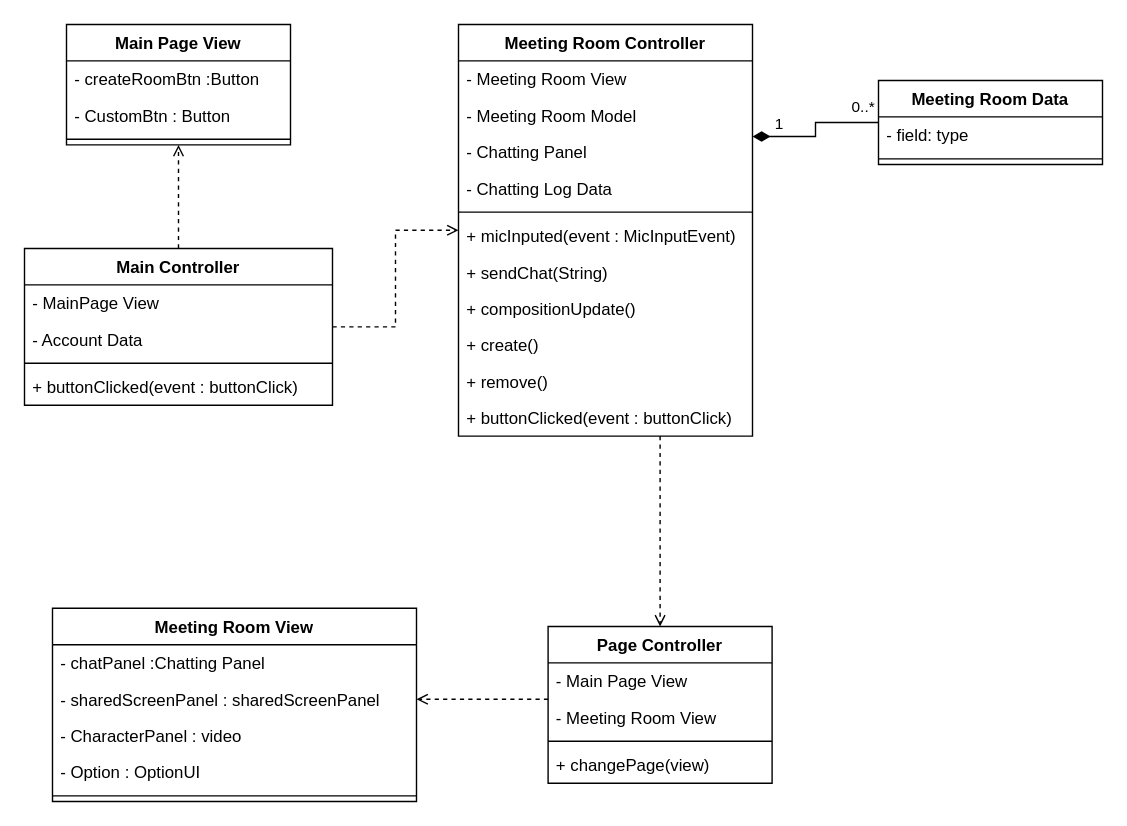
The draw.io diagram CD1.drawio in ONFFLine/Diagram, before the edit. Source tidied: cells renumbered, new cells numbered last; positions are measured from the earlier drawing's top-left corner, leaving out a move shared by most shapes. Both pictures are drawn from the tidied source at 140%, with x=0, y=0 at pixel (24, 24).
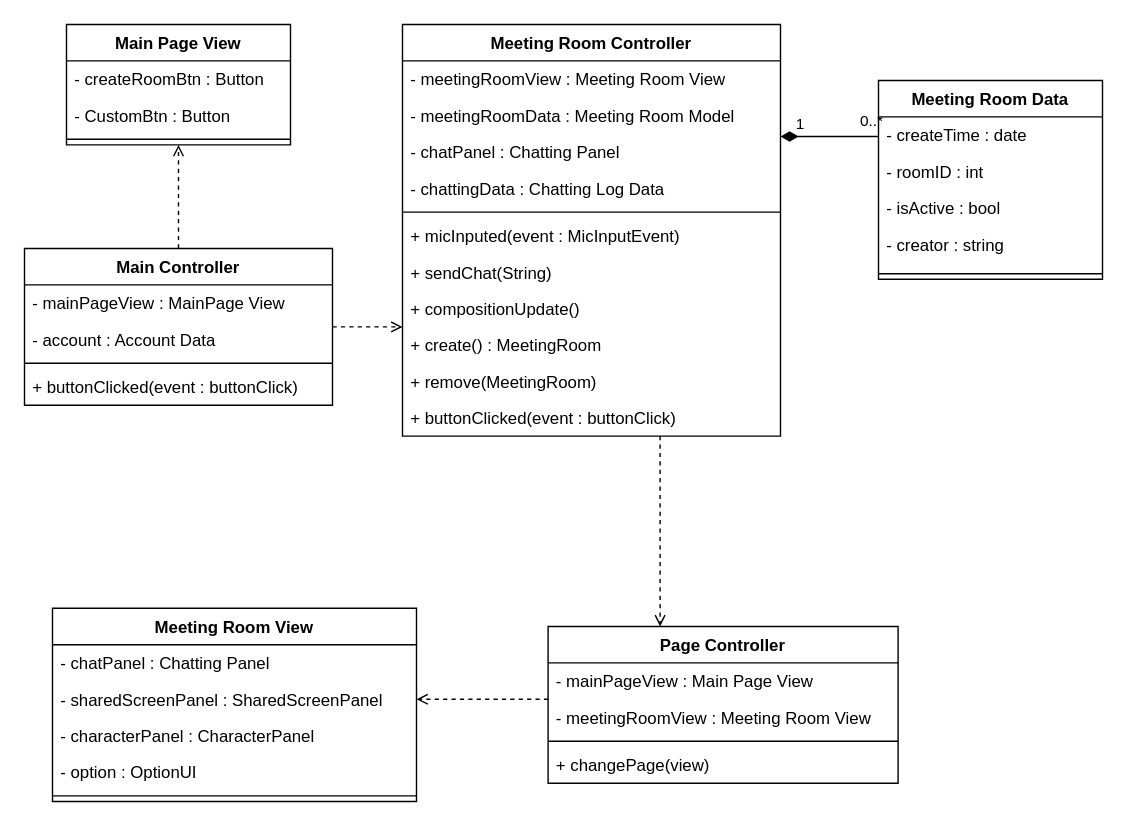
After the change.

The change refers to these unchanged cells:
```xml
<mxCell id="17" value="Main Controller" style="swimlane;fontStyle=1;align=center;verticalAlign=top;horizontal=1;startSize=26;" parent="1" vertex="1">
  <mxGeometry y="160" width="220" height="112" as="geometry" />
</mxCell>
<mxCell id="22" value="Main Page View" style="swimlane;fontStyle=1;align=center;verticalAlign=top;horizontal=1;startSize=26;" parent="1" vertex="1">
  <mxGeometry x="30" width="160" height="86" as="geometry" />
</mxCell>
<mxCell id="26" value="Meeting Room View" style="swimlane;fontStyle=1;align=center;verticalAlign=top;horizontal=1;startSize=26;" parent="1" vertex="1">
  <mxGeometry x="20" y="417" width="260" height="138" as="geometry" />
</mxCell>
```

Diff of the diagram source:
```diff
@@
     <mxCell id="3" value="Meeting Room Controller" style="swimlane;fontStyle=1;align=center;verticalAlign=top;horizontal=1;startSize=26;" parent="1" vertex="1">
-      <mxGeometry x="310" width="210" height="294" as="geometry" />
+      <mxGeometry x="270" width="270" height="294" as="geometry" />
     </mxCell>
-    <mxCell id="4" value="- Meeting Room View" style="text;strokeColor=none;fillColor=none;align=left;verticalAlign=top;spacingLeft=4;spacingRight=4;overflow=hidden;" parent="3" vertex="1">
-      <mxGeometry y="26" width="210" height="26" as="geometry" />
+    <mxCell id="4" value="- meetingRoomView : Meeting Room View" style="text;strokeColor=none;fillColor=none;align=left;verticalAlign=top;spacingLeft=4;spacingRight=4;overflow=hidden;" parent="3" vertex="1">
+      <mxGeometry y="26" width="270" height="26" as="geometry" />
     </mxCell>
-    <mxCell id="5" value="- Meeting Room Model" style="text;strokeColor=none;fillColor=none;align=left;verticalAlign=top;spacingLeft=4;spacingRight=4;overflow=hidden;" parent="3" vertex="1">
-      <mxGeometry y="52" width="210" height="26" as="geometry" />
+    <mxCell id="5" value="- meetingRoomData : Meeting Room Model" style="text;strokeColor=none;fillColor=none;align=left;verticalAlign=top;spacingLeft=4;spacingRight=4;overflow=hidden;" parent="3" vertex="1">
+      <mxGeometry y="52" width="270" height="26" as="geometry" />
     </mxCell>
-    <mxCell id="6" value="- Chatting Panel" style="text;strokeColor=none;fillColor=none;align=left;verticalAlign=top;spacingLeft=4;spacingRight=4;overflow=hidden;" parent="3" vertex="1">
-      <mxGeometry y="78" width="210" height="26" as="geometry" />
+    <mxCell id="6" value="- chatPanel : Chatting Panel" style="text;strokeColor=none;fillColor=none;align=left;verticalAlign=top;spacingLeft=4;spacingRight=4;overflow=hidden;" parent="3" vertex="1">
+      <mxGeometry y="78" width="270" height="26" as="geometry" />
     </mxCell>
-    <mxCell id="7" value="- Chatting Log Data" style="text;strokeColor=none;fillColor=none;align=left;verticalAlign=top;spacingLeft=4;spacingRight=4;overflow=hidden;" parent="3" vertex="1">
-      <mxGeometry y="104" width="210" height="26" as="geometry" />
+    <mxCell id="7" value="- chattingData : Chatting Log Data" style="text;strokeColor=none;fillColor=none;align=left;verticalAlign=top;spacingLeft=4;spacingRight=4;overflow=hidden;" parent="3" vertex="1">
+      <mxGeometry y="104" width="270" height="26" as="geometry" />
     </mxCell>
     <mxCell id="8" style="line;strokeWidth=1;fillColor=none;align=left;verticalAlign=middle;spacingTop=-1;spacingLeft=3;spacingRight=3;labelPosition=right;" parent="3" vertex="1">
-      <mxGeometry y="130" width="210" height="8" as="geometry" />
+      <mxGeometry y="130" width="270" height="8" as="geometry" />
     </mxCell>
     <mxCell id="9" value="+ micInputed(event : MicInputEvent)" style="text;strokeColor=none;fillColor=none;align=left;verticalAlign=top;spacingLeft=4;spacingRight=4;overflow=hidden;" parent="3" vertex="1">
-      <mxGeometry y="138" width="210" height="26" as="geometry" />
+      <mxGeometry y="138" width="270" height="26" as="geometry" />
     </mxCell>
     <mxCell id="10" value="+ sendChat(String)" style="text;strokeColor=none;fillColor=none;align=left;verticalAlign=top;spacingLeft=4;spacingRight=4;overflow=hidden;" parent="3" vertex="1">
-      <mxGeometry y="164" width="210" height="26" as="geometry" />
+      <mxGeometry y="164" width="270" height="26" as="geometry" />
     </mxCell>
     <mxCell id="11" value="+ compositionUpdate()" style="text;strokeColor=none;fillColor=none;align=left;verticalAlign=top;spacingLeft=4;spacingRight=4;overflow=hidden;" parent="3" vertex="1">
-      <mxGeometry y="190" width="210" height="26" as="geometry" />
+      <mxGeometry y="190" width="270" height="26" as="geometry" />
     </mxCell>
-    <mxCell id="12" value="+ create()" style="text;strokeColor=none;fillColor=none;align=left;verticalAlign=top;spacingLeft=4;spacingRight=4;overflow=hidden;" parent="3" vertex="1">
-      <mxGeometry y="216" width="210" height="26" as="geometry" />
+    <mxCell id="12" value="+ create() : MeetingRoom" style="text;strokeColor=none;fillColor=none;align=left;verticalAlign=top;spacingLeft=4;spacingRight=4;overflow=hidden;" parent="3" vertex="1">
+      <mxGeometry y="216" width="270" height="26" as="geometry" />
     </mxCell>
-    <mxCell id="13" value="+ remove()" style="text;strokeColor=none;fillColor=none;align=left;verticalAlign=top;spacingLeft=4;spacingRight=4;overflow=hidden;" parent="3" vertex="1">
-      <mxGeometry y="242" width="210" height="26" as="geometry" />
+    <mxCell id="13" value="+ remove(MeetingRoom)" style="text;strokeColor=none;fillColor=none;align=left;verticalAlign=top;spacingLeft=4;spacingRight=4;overflow=hidden;" parent="3" vertex="1">
+      <mxGeometry y="242" width="270" height="26" as="geometry" />
     </mxCell>
     <mxCell id="14" value="+ buttonClicked(event : buttonClick)" style="text;strokeColor=none;fillColor=none;align=left;verticalAlign=top;spacingLeft=4;spacingRight=4;overflow=hidden;" parent="3" vertex="1">
-      <mxGeometry y="268" width="210" height="26" as="geometry" />
+      <mxGeometry y="268" width="270" height="26" as="geometry" />
     </mxCell>
     <mxCell id="15" style="edgeStyle=orthogonalEdgeStyle;rounded=0;jettySize=auto;html=1;dashed=1;endArrow=open;endFill=0;" parent="1" edge="1" source="17" target="3">
-      <mxGeometry relative="1" as="geometry" />
+      <mxGeometry relative="1" as="geometry">
+        <Array as="points">
+          <mxPoint x="240" y="216" />
+          <mxPoint x="240" y="216" />
+        </Array>
+      </mxGeometry>
     </mxCell>
@@
-    <mxCell id="18" value="- MainPage View" style="text;strokeColor=none;fillColor=none;align=left;verticalAlign=top;spacingLeft=4;spacingRight=4;overflow=hidden;" parent="17" vertex="1">
+    <mxCell id="18" value="- mainPageView : MainPage View" style="text;strokeColor=none;fillColor=none;align=left;verticalAlign=top;spacingLeft=4;spacingRight=4;overflow=hidden;" parent="17" vertex="1">
       <mxGeometry y="26" width="220" height="26" as="geometry" />
     </mxCell>
-    <mxCell id="19" value="- Account Data" style="text;strokeColor=none;fillColor=none;align=left;verticalAlign=top;spacingLeft=4;spacingRight=4;overflow=hidden;" parent="17" vertex="1">
+    <mxCell id="19" value="- account : Account Data" style="text;strokeColor=none;fillColor=none;align=left;verticalAlign=top;spacingLeft=4;spacingRight=4;overflow=hidden;" parent="17" vertex="1">
       <mxGeometry y="52" width="220" height="26" as="geometry" />
     </mxCell>
@@
-    <mxCell id="23" value="- createRoomBtn :Button" style="text;strokeColor=none;fillColor=none;align=left;verticalAlign=top;spacingLeft=4;spacingRight=4;overflow=hidden;" parent="22" vertex="1">
+    <mxCell id="23" value="- createRoomBtn : Button" style="text;strokeColor=none;fillColor=none;align=left;verticalAlign=top;spacingLeft=4;spacingRight=4;overflow=hidden;" parent="22" vertex="1">
       <mxGeometry y="26" width="160" height="26" as="geometry" />
     </mxCell>
@@
-    <mxCell id="27" value="- chatPanel :Chatting Panel" style="text;strokeColor=none;fillColor=none;align=left;verticalAlign=top;spacingLeft=4;spacingRight=4;overflow=hidden;" parent="26" vertex="1">
+    <mxCell id="27" value="- chatPanel : Chatting Panel" style="text;strokeColor=none;fillColor=none;align=left;verticalAlign=top;spacingLeft=4;spacingRight=4;overflow=hidden;" parent="26" vertex="1">
       <mxGeometry y="26" width="260" height="26" as="geometry" />
     </mxCell>
-    <mxCell id="28" value="- sharedScreenPanel : sharedScreenPanel" style="text;strokeColor=none;fillColor=none;align=left;verticalAlign=top;spacingLeft=4;spacingRight=4;overflow=hidden;points=[[0,0.5],[1,0.5]];portConstraint=eastwest;" parent="26" vertex="1">
+    <mxCell id="28" value="- sharedScreenPanel : SharedScreenPanel" style="text;strokeColor=none;fillColor=none;align=left;verticalAlign=top;spacingLeft=4;spacingRight=4;overflow=hidden;points=[[0,0.5],[1,0.5]];portConstraint=eastwest;" parent="26" vertex="1">
       <mxGeometry y="52" width="260" height="26" as="geometry" />
     </mxCell>
-    <mxCell id="29" value="- CharacterPanel : video" style="text;strokeColor=none;fillColor=none;align=left;verticalAlign=top;spacingLeft=4;spacingRight=4;overflow=hidden;" parent="26" vertex="1">
+    <mxCell id="29" value="- characterPanel : CharacterPanel" style="text;strokeColor=none;fillColor=none;align=left;verticalAlign=top;spacingLeft=4;spacingRight=4;overflow=hidden;" parent="26" vertex="1">
       <mxGeometry y="78" width="260" height="26" as="geometry" />
     </mxCell>
-    <mxCell id="30" value="- Option : OptionUI" style="text;strokeColor=none;fillColor=none;align=left;verticalAlign=top;spacingLeft=4;spacingRight=4;overflow=hidden;" parent="26" vertex="1">
+    <mxCell id="30" value="- option : OptionUI" style="text;strokeColor=none;fillColor=none;align=left;verticalAlign=top;spacingLeft=4;spacingRight=4;overflow=hidden;" parent="26" vertex="1">
       <mxGeometry y="104" width="260" height="26" as="geometry" />
     </mxCell>
@@
     <mxCell id="33" value="Page Controller" style="swimlane;fontStyle=1;align=center;verticalAlign=top;horizontal=1;startSize=26;" parent="1" vertex="1">
-      <mxGeometry x="374" y="430" width="160" height="112" as="geometry" />
+      <mxGeometry x="374" y="430" width="250" height="112" as="geometry" />
     </mxCell>
-    <mxCell id="34" value="- Main Page View" style="text;strokeColor=none;fillColor=none;align=left;verticalAlign=top;spacingLeft=4;spacingRight=4;overflow=hidden;" parent="33" vertex="1">
-      <mxGeometry y="26" width="160" height="26" as="geometry" />
+    <mxCell id="34" value="- mainPageView : Main Page View" style="text;strokeColor=none;fillColor=none;align=left;verticalAlign=top;spacingLeft=4;spacingRight=4;overflow=hidden;" parent="33" vertex="1">
+      <mxGeometry y="26" width="250" height="26" as="geometry" />
     </mxCell>
-    <mxCell id="35" value="- Meeting Room View" style="text;strokeColor=none;fillColor=none;align=left;verticalAlign=top;spacingLeft=4;spacingRight=4;overflow=hidden;" parent="33" vertex="1">
-      <mxGeometry y="52" width="160" height="26" as="geometry" />
+    <mxCell id="35" value="- meetingRoomView : Meeting Room View" style="text;strokeColor=none;fillColor=none;align=left;verticalAlign=top;spacingLeft=4;spacingRight=4;overflow=hidden;" parent="33" vertex="1">
+      <mxGeometry y="52" width="250" height="26" as="geometry" />
     </mxCell>
     <mxCell id="36" style="line;strokeWidth=1;fillColor=none;align=left;verticalAlign=middle;spacingTop=-1;spacingLeft=3;spacingRight=3;labelPosition=right;" parent="33" vertex="1">
-      <mxGeometry y="78" width="160" height="8" as="geometry" />
+      <mxGeometry y="78" width="250" height="8" as="geometry" />
     </mxCell>
     <mxCell id="37" value="+ changePage(view)" style="text;strokeColor=none;fillColor=none;align=left;verticalAlign=top;spacingLeft=4;spacingRight=4;overflow=hidden;" parent="33" vertex="1">
-      <mxGeometry y="86" width="160" height="26" as="geometry" />
+      <mxGeometry y="86" width="250" height="26" as="geometry" />
     </mxCell>
     <mxCell id="38" style="edgeStyle=orthogonalEdgeStyle;rounded=0;jettySize=auto;html=1;endArrow=diamondThin;endFill=1;startSize=6;endSize=10;" parent="1" edge="1" source="41" target="3">
       <mxGeometry relative="1" as="geometry">
         <Array as="points">
-          <mxPoint x="565" y="70" />
-          <mxPoint x="565" y="80" />
+          <mxPoint x="580" y="80" />
+          <mxPoint x="580" y="80" />
         </Array>
       </mxGeometry>
     </mxCell>
@@
     <mxCell id="41" value="Meeting Room Data" style="swimlane;fontStyle=1;align=center;verticalAlign=top;horizontal=1;startSize=26;" parent="1" vertex="1">
-      <mxGeometry x="610" y="40" width="160" height="60" as="geometry" />
+      <mxGeometry x="610" y="40" width="160" height="142" as="geometry" />
     </mxCell>
-    <mxCell id="42" value="- field: type" style="text;strokeColor=none;fillColor=none;align=left;verticalAlign=top;spacingLeft=4;spacingRight=4;overflow=hidden;" parent="41" vertex="1">
+    <mxCell id="42" value="- createTime : date" style="text;strokeColor=none;fillColor=none;align=left;verticalAlign=top;spacingLeft=4;spacingRight=4;overflow=hidden;" parent="41" vertex="1">
       <mxGeometry y="26" width="160" height="26" as="geometry" />
     </mxCell>
+    <mxCell id="44" value="- roomID : int" style="text;strokeColor=none;fillColor=none;align=left;verticalAlign=top;spacingLeft=4;spacingRight=4;overflow=hidden;" parent="41" vertex="1">
+      <mxGeometry y="52" width="160" height="26" as="geometry" />
+    </mxCell>
+    <mxCell id="45" value="- isActive : bool" style="text;strokeColor=none;fillColor=none;align=left;verticalAlign=top;spacingLeft=4;spacingRight=4;overflow=hidden;" parent="41" vertex="1">
+      <mxGeometry y="78" width="160" height="26" as="geometry" />
+    </mxCell>
+    <mxCell id="46" value="- creator : string" style="text;strokeColor=none;fillColor=none;align=left;verticalAlign=top;spacingLeft=4;spacingRight=4;overflow=hidden;" parent="41" vertex="1">
+      <mxGeometry y="104" width="160" height="30" as="geometry" />
+    </mxCell>
     <mxCell id="43" style="line;strokeWidth=1;fillColor=none;align=left;verticalAlign=middle;spacingTop=-1;spacingLeft=3;spacingRight=3;labelPosition=right;" parent="41" vertex="1">
-      <mxGeometry y="52" width="160" height="8" as="geometry" />
+      <mxGeometry y="134" width="160" height="8" as="geometry" />
     </mxCell>
```
